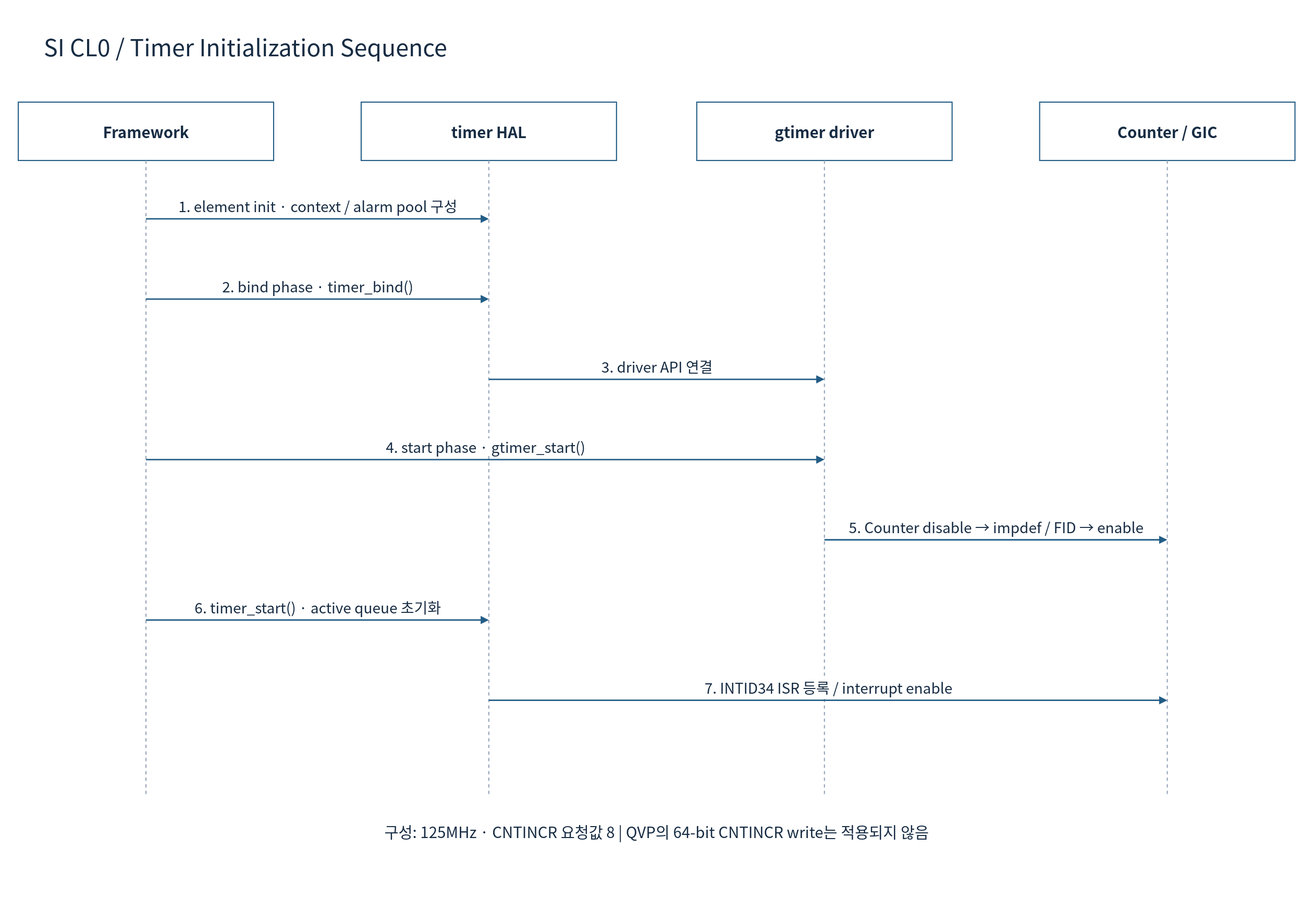
The draw.io diagram doc/phase1/timer/diagrams/08f-scp-init.drawio.svg in cometzero/project-apollo, before a commit. Source tidied: cells renumbered, new cells last; positions are measured from the earlier drawing's top-left corner, leaving out a move shared by most shapes.
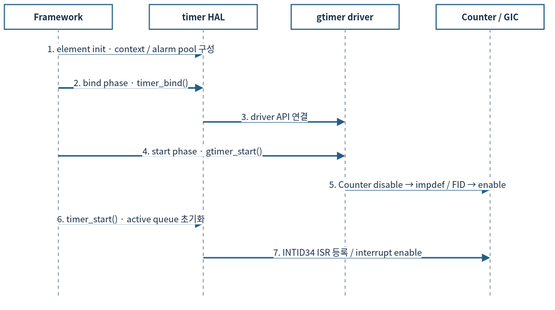
The same diagram one commit later.

Change to the diagram source:
```diff
@@ -2,99 +2,90 @@
   <root>
     <mxCell id="0" />
     <mxCell id="1" parent="0" />
-    <mxCell id="2" style="rounded=0;whiteSpace=wrap;html=1;fillColor=#FFFFFF;strokeColor=none;strokeWidth=1.5;fontColor=#172C43;fontFamily=Noto Sans CJK KR;fontSize=22;spacing=10;" parent="1" vertex="1">
-      <mxGeometry width="1800" height="1230" as="geometry" />
-    </mxCell>
-    <mxCell id="3" value="SI CL0 / Timer Initialization Sequence" style="rounded=0;whiteSpace=wrap;html=1;fillColor=#FFFFFF;strokeColor=none;strokeWidth=1.5;fontColor=#172C43;fontFamily=Noto Sans CJK KR;fontSize=22;spacing=10;fontSize=32;align=left;" parent="1" vertex="1">
-      <mxGeometry x="50" y="30" width="1700" height="65" as="geometry" />
-    </mxCell>
-    <mxCell id="4" value="Framework" style="rounded=0;whiteSpace=wrap;html=1;fillColor=#FFFFFF;strokeColor=#235D86;strokeWidth=1.5;fontColor=#172C43;fontFamily=Noto Sans CJK KR;fontSize=22;spacing=10;fontStyle=1;fontSize=21;" parent="1" vertex="1">
-      <mxGeometry x="25" y="140" width="350" height="80" as="geometry" />
+    <mxCell id="4" value="Framework" style="rounded=0;whiteSpace=wrap;html=1;fillColor=#FFFFFF;strokeColor=#235D86;strokeWidth=1.5;fontColor=#172C43;fontFamily=Noto Sans CJK KR;fontStyle=1;fontSize=12;spacing=3;whiteSpace=wrap;" parent="1" vertex="1">
+      <mxGeometry x="12" y="12" width="148" height="33.8" as="geometry" />
     </mxCell>
-    <mxCell id="5" style="endArrow=none;dashed=1;strokeColor=#94A3B8;strokeWidth=1.5;" parent="1" edge="1">
+    <mxCell id="5" style="endArrow=none;dashed=1;strokeColor=#94A3B8;strokeWidth=1.5;fontSize=12;spacing=3;whiteSpace=nowrap;" parent="1" edge="1">
       <mxGeometry relative="1" as="geometry">
-        <mxPoint x="200" y="220" as="sourcePoint" />
-        <mxPoint x="200" y="1090" as="targetPoint" />
+        <mxPoint x="86" y="45.8" as="sourcePoint" />
+        <mxPoint x="86" y="413.7" as="targetPoint" />
       </mxGeometry>
     </mxCell>
-    <mxCell id="6" value="timer HAL" style="rounded=0;whiteSpace=wrap;html=1;fillColor=#FFFFFF;strokeColor=#235D86;strokeWidth=1.5;fontColor=#172C43;fontFamily=Noto Sans CJK KR;fontSize=22;spacing=10;fontStyle=1;fontSize=21;" parent="1" vertex="1">
-      <mxGeometry x="495" y="140" width="350" height="80" as="geometry" />
+    <mxCell id="6" value="timer HAL" style="rounded=0;whiteSpace=wrap;html=1;fillColor=#FFFFFF;strokeColor=#235D86;strokeWidth=1.5;fontColor=#172C43;fontFamily=Noto Sans CJK KR;fontStyle=1;fontSize=12;spacing=3;whiteSpace=wrap;" parent="1" vertex="1">
+      <mxGeometry x="210.7" y="12" width="148" height="33.8" as="geometry" />
     </mxCell>
-    <mxCell id="7" style="endArrow=none;dashed=1;strokeColor=#94A3B8;strokeWidth=1.5;" parent="1" edge="1">
+    <mxCell id="7" style="endArrow=none;dashed=1;strokeColor=#94A3B8;strokeWidth=1.5;fontSize=12;spacing=3;whiteSpace=nowrap;" parent="1" edge="1">
       <mxGeometry relative="1" as="geometry">
-        <mxPoint x="670" y="220" as="sourcePoint" />
-        <mxPoint x="670" y="1090" as="targetPoint" />
+        <mxPoint x="284.7" y="45.8" as="sourcePoint" />
+        <mxPoint x="284.7" y="413.7" as="targetPoint" />
       </mxGeometry>
     </mxCell>
-    <mxCell id="8" value="gtimer driver" style="rounded=0;whiteSpace=wrap;html=1;fillColor=#FFFFFF;strokeColor=#235D86;strokeWidth=1.5;fontColor=#172C43;fontFamily=Noto Sans CJK KR;fontSize=22;spacing=10;fontStyle=1;fontSize=21;" parent="1" vertex="1">
-      <mxGeometry x="955" y="140" width="350" height="80" as="geometry" />
+    <mxCell id="8" value="gtimer driver" style="rounded=0;whiteSpace=wrap;html=1;fillColor=#FFFFFF;strokeColor=#235D86;strokeWidth=1.5;fontColor=#172C43;fontFamily=Noto Sans CJK KR;fontStyle=1;fontSize=12;spacing=3;whiteSpace=wrap;" parent="1" vertex="1">
+      <mxGeometry x="405.3" y="12" width="148" height="33.8" as="geometry" />
     </mxCell>
-    <mxCell id="9" style="endArrow=none;dashed=1;strokeColor=#94A3B8;strokeWidth=1.5;" parent="1" edge="1">
+    <mxCell id="9" style="endArrow=none;dashed=1;strokeColor=#94A3B8;strokeWidth=1.5;fontSize=12;spacing=3;whiteSpace=nowrap;" parent="1" edge="1">
       <mxGeometry relative="1" as="geometry">
-        <mxPoint x="1130" y="220" as="sourcePoint" />
-        <mxPoint x="1130" y="1090" as="targetPoint" />
+        <mxPoint x="479.3" y="45.8" as="sourcePoint" />
+        <mxPoint x="479.3" y="413.7" as="targetPoint" />
       </mxGeometry>
     </mxCell>
-    <mxCell id="10" value="Counter / GIC" style="rounded=0;whiteSpace=wrap;html=1;fillColor=#FFFFFF;strokeColor=#235D86;strokeWidth=1.5;fontColor=#172C43;fontFamily=Noto Sans CJK KR;fontSize=22;spacing=10;fontStyle=1;fontSize=21;" parent="1" vertex="1">
-      <mxGeometry x="1425" y="140" width="350" height="80" as="geometry" />
+    <mxCell id="10" value="Counter / GIC" style="rounded=0;whiteSpace=wrap;html=1;fillColor=#FFFFFF;strokeColor=#235D86;strokeWidth=1.5;fontColor=#172C43;fontFamily=Noto Sans CJK KR;fontStyle=1;fontSize=12;spacing=3;whiteSpace=wrap;" parent="1" vertex="1">
+      <mxGeometry x="604" y="12" width="148" height="33.8" as="geometry" />
     </mxCell>
-    <mxCell id="11" style="endArrow=none;dashed=1;strokeColor=#94A3B8;strokeWidth=1.5;" parent="1" edge="1">
+    <mxCell id="11" style="endArrow=none;dashed=1;strokeColor=#94A3B8;strokeWidth=1.5;fontSize=12;spacing=3;whiteSpace=nowrap;" parent="1" edge="1">
       <mxGeometry relative="1" as="geometry">
-        <mxPoint x="1600" y="220" as="sourcePoint" />
-        <mxPoint x="1600" y="1090" as="targetPoint" />
+        <mxPoint x="678" y="45.8" as="sourcePoint" />
+        <mxPoint x="678" y="413.7" as="targetPoint" />
       </mxGeometry>
     </mxCell>
-    <mxCell id="12" value="1. element init · context / alarm pool 구성" style="edgeStyle=none;html=1;endArrow=block;endFill=1;strokeColor=#235D86;strokeWidth=2;fontColor=#172C43;fontFamily=Noto Sans CJK KR;fontSize=20;labelBackgroundColor=#FFFFFF;" parent="1" edge="1">
+    <mxCell id="12" value="1. element init · context / alarm pool 구성" style="edgeStyle=none;html=1;endArrow=block;endFill=1;strokeColor=#235D86;strokeWidth=2;fontColor=#172C43;fontFamily=Noto Sans CJK KR;labelBackgroundColor=#FFFFFF;fontSize=12;spacing=3;whiteSpace=nowrap;" parent="1" edge="1">
       <mxGeometry relative="1" as="geometry">
-        <mxPoint x="200" y="300" as="sourcePoint" />
-        <mxPoint x="670" y="300" as="targetPoint" />
-        <mxPoint y="-18" as="offset" />
+        <mxPoint x="86" y="79.7" as="sourcePoint" />
+        <mxPoint x="284.7" y="79.7" as="targetPoint" />
+        <mxPoint y="-7.6" as="offset" />
       </mxGeometry>
     </mxCell>
-    <mxCell id="13" value="2. bind phase · timer_bind()" style="edgeStyle=none;html=1;endArrow=block;endFill=1;strokeColor=#235D86;strokeWidth=2;fontColor=#172C43;fontFamily=Noto Sans CJK KR;fontSize=20;labelBackgroundColor=#FFFFFF;" parent="1" edge="1">
+    <mxCell id="13" value="2. bind phase · timer_bind()" style="edgeStyle=none;html=1;endArrow=block;endFill=1;strokeColor=#235D86;strokeWidth=2;fontColor=#172C43;fontFamily=Noto Sans CJK KR;labelBackgroundColor=#FFFFFF;fontSize=12;spacing=3;whiteSpace=nowrap;" parent="1" edge="1">
       <mxGeometry relative="1" as="geometry">
-        <mxPoint x="200" y="410" as="sourcePoint" />
-        <mxPoint x="670" y="410" as="targetPoint" />
-        <mxPoint y="-18" as="offset" />
+        <mxPoint x="86" y="126.2" as="sourcePoint" />
+        <mxPoint x="284.7" y="126.2" as="targetPoint" />
+        <mxPoint y="-7.6" as="offset" />
       </mxGeometry>
     </mxCell>
-    <mxCell id="14" value="3. driver API 연결" style="edgeStyle=none;html=1;endArrow=block;endFill=1;strokeColor=#235D86;strokeWidth=2;fontColor=#172C43;fontFamily=Noto Sans CJK KR;fontSize=20;labelBackgroundColor=#FFFFFF;" parent="1" edge="1">
+    <mxCell id="14" value="3. driver API 연결" style="edgeStyle=none;html=1;endArrow=block;endFill=1;strokeColor=#235D86;strokeWidth=2;fontColor=#172C43;fontFamily=Noto Sans CJK KR;labelBackgroundColor=#FFFFFF;fontSize=12;spacing=3;whiteSpace=nowrap;" parent="1" edge="1">
       <mxGeometry relative="1" as="geometry">
-        <mxPoint x="670" y="520" as="sourcePoint" />
-        <mxPoint x="1130" y="520" as="targetPoint" />
-        <mxPoint y="-18" as="offset" />
+        <mxPoint x="284.7" y="172.7" as="sourcePoint" />
+        <mxPoint x="479.3" y="172.7" as="targetPoint" />
+        <mxPoint y="-7.6" as="offset" />
       </mxGeometry>
     </mxCell>
-    <mxCell id="15" value="4. start phase · gtimer_start()" style="edgeStyle=none;html=1;endArrow=block;endFill=1;strokeColor=#235D86;strokeWidth=2;fontColor=#172C43;fontFamily=Noto Sans CJK KR;fontSize=20;labelBackgroundColor=#FFFFFF;" parent="1" edge="1">
+    <mxCell id="15" value="4. start phase · gtimer_start()" style="edgeStyle=none;html=1;endArrow=block;endFill=1;strokeColor=#235D86;strokeWidth=2;fontColor=#172C43;fontFamily=Noto Sans CJK KR;labelBackgroundColor=#FFFFFF;fontSize=12;spacing=3;whiteSpace=nowrap;" parent="1" edge="1">
       <mxGeometry relative="1" as="geometry">
-        <mxPoint x="200" y="630" as="sourcePoint" />
-        <mxPoint x="1130" y="630" as="targetPoint" />
-        <mxPoint y="-18" as="offset" />
+        <mxPoint x="86" y="219.2" as="sourcePoint" />
+        <mxPoint x="479.3" y="219.2" as="targetPoint" />
+        <mxPoint y="-7.6" as="offset" />
       </mxGeometry>
     </mxCell>
-    <mxCell id="16" value="5. Counter disable → impdef / FID → enable" style="edgeStyle=none;html=1;endArrow=block;endFill=1;strokeColor=#235D86;strokeWidth=2;fontColor=#172C43;fontFamily=Noto Sans CJK KR;fontSize=20;labelBackgroundColor=#FFFFFF;" parent="1" edge="1">
+    <mxCell id="16" value="5. Counter disable → impdef / FID → enable" style="edgeStyle=none;html=1;endArrow=block;endFill=1;strokeColor=#235D86;strokeWidth=2;fontColor=#172C43;fontFamily=Noto Sans CJK KR;labelBackgroundColor=#FFFFFF;fontSize=12;spacing=3;whiteSpace=nowrap;" parent="1" edge="1">
       <mxGeometry relative="1" as="geometry">
-        <mxPoint x="1130" y="740" as="sourcePoint" />
-        <mxPoint x="1600" y="740" as="targetPoint" />
-        <mxPoint y="-18" as="offset" />
+        <mxPoint x="479.3" y="265.7" as="sourcePoint" />
+        <mxPoint x="678" y="265.7" as="targetPoint" />
+        <mxPoint y="-7.6" as="offset" />
       </mxGeometry>
     </mxCell>
-    <mxCell id="17" value="6. timer_start() · active queue 초기화" style="edgeStyle=none;html=1;endArrow=block;endFill=1;strokeColor=#235D86;strokeWidth=2;fontColor=#172C43;fontFamily=Noto Sans CJK KR;fontSize=20;labelBackgroundColor=#FFFFFF;" parent="1" edge="1">
+    <mxCell id="17" value="6. timer_start() · active queue 초기화" style="edgeStyle=none;html=1;endArrow=block;endFill=1;strokeColor=#235D86;strokeWidth=2;fontColor=#172C43;fontFamily=Noto Sans CJK KR;labelBackgroundColor=#FFFFFF;fontSize=12;spacing=3;whiteSpace=nowrap;" parent="1" edge="1">
       <mxGeometry relative="1" as="geometry">
-        <mxPoint x="200" y="850" as="sourcePoint" />
-        <mxPoint x="670" y="850" as="targetPoint" />
-        <mxPoint y="-18" as="offset" />
+        <mxPoint x="86" y="312.2" as="sourcePoint" />
+        <mxPoint x="284.7" y="312.2" as="targetPoint" />
+        <mxPoint y="-7.6" as="offset" />
       </mxGeometry>
     </mxCell>
-    <mxCell id="18" value="7. INTID34 ISR 등록 / interrupt enable" style="edgeStyle=none;html=1;endArrow=block;endFill=1;strokeColor=#235D86;strokeWidth=2;fontColor=#172C43;fontFamily=Noto Sans CJK KR;fontSize=20;labelBackgroundColor=#FFFFFF;" parent="1" edge="1">
+    <mxCell id="18" value="7. INTID34 ISR 등록 / interrupt enable" style="edgeStyle=none;html=1;endArrow=block;endFill=1;strokeColor=#235D86;strokeWidth=2;fontColor=#172C43;fontFamily=Noto Sans CJK KR;labelBackgroundColor=#FFFFFF;fontSize=12;spacing=3;whiteSpace=nowrap;" parent="1" edge="1">
       <mxGeometry relative="1" as="geometry">
-        <mxPoint x="670" y="960" as="sourcePoint" />
-        <mxPoint x="1600" y="960" as="targetPoint" />
-        <mxPoint y="-18" as="offset" />
+        <mxPoint x="284.7" y="358.7" as="sourcePoint" />
+        <mxPoint x="678" y="358.7" as="targetPoint" />
+        <mxPoint y="-7.6" as="offset" />
       </mxGeometry>
     </mxCell>
-    <mxCell id="19" value="구성: 125MHz · CNTINCR 요청값 8 | QVP의 64-bit CNTINCR write는 적용되지 않음" style="rounded=0;whiteSpace=wrap;html=1;fillColor=#FFFFFF;strokeColor=none;strokeWidth=1.5;fontColor=#172C43;fontFamily=Noto Sans CJK KR;fontSize=22;spacing=10;fontSize=21;" parent="1" vertex="1">
-      <mxGeometry x="60" y="1110" width="1680" height="60" as="geometry" />
-    </mxCell>
   </root>
 </mxGraphModel>
```
